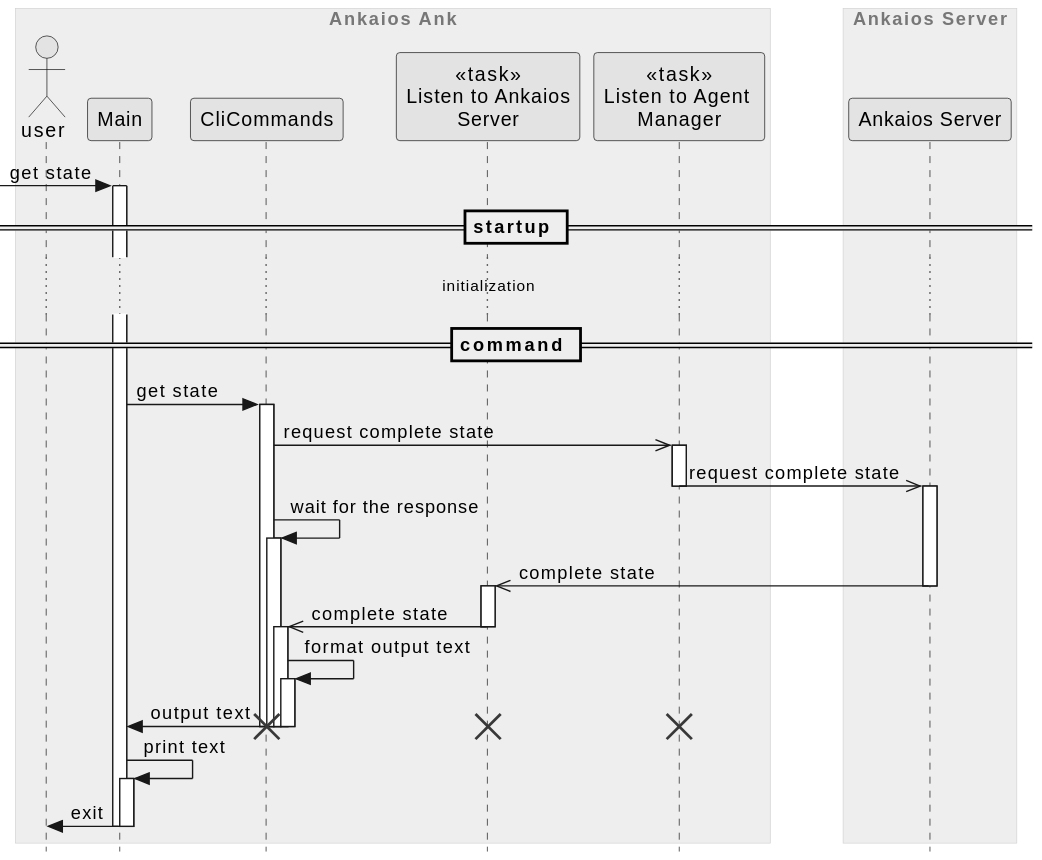
Above: ank/doc/swdesign/plantuml/seq_get_state.svg in eclipse-ankaios/ankaios (PlantUML), before the change. Its diagram source:
```plantuml
@startuml
!include ../../../../resources/doc/plantuml/clean.skin

box "Ankaios Ank"
    actor "user" as user
    participant Main as main
    participant "CliCommands" as cli_commands
    participant "<<task>>\nListen to Ankaios\nServer" as listen_to_server
    participant "<<task>>\nListen to Agent \nManager" as listen_to_manager
end box

box "Ankaios Server"
    participant "Ankaios Server" as server
end box

-> main ++ : get state

== startup ==

... initialization ...

== command ==

main -> cli_commands ++ : get state
cli_commands ->> listen_to_manager ++: request complete state
listen_to_manager ->> server --++ : request complete state

cli_commands -> cli_commands ++: wait for the response
listen_to_server <<- server --++: complete state
listen_to_server ->> cli_commands --++: complete state
cli_commands -> cli_commands ++: format output text
main <- cli_commands -- : output text
deactivate cli_commands
deactivate cli_commands
destroy cli_commands
destroy listen_to_manager
destroy listen_to_server

main -> main ++: print text
user <- main -- : exit
deactivate main
@enduml
```
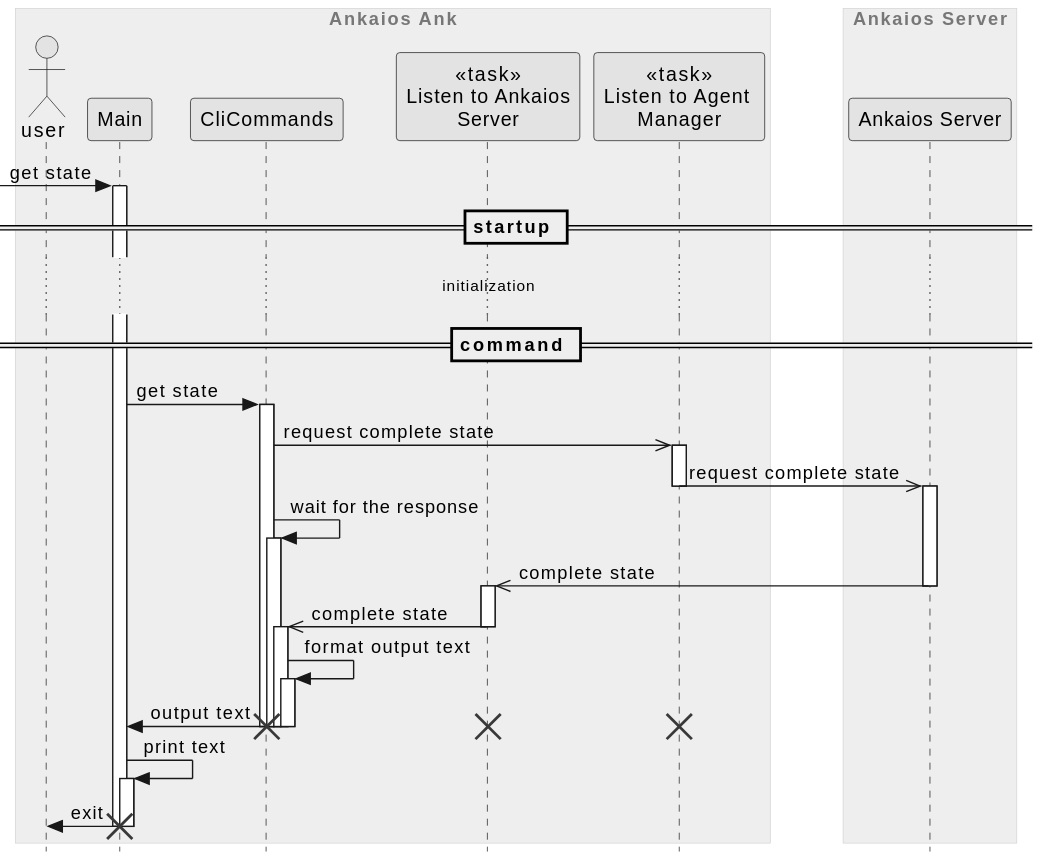
Later version of the same file.

What changed in the source:
```diff
@@ -39,4 +39,5 @@
 main -> main ++: print text
 user <- main -- : exit
 deactivate main
+destroy main
 @enduml
```
